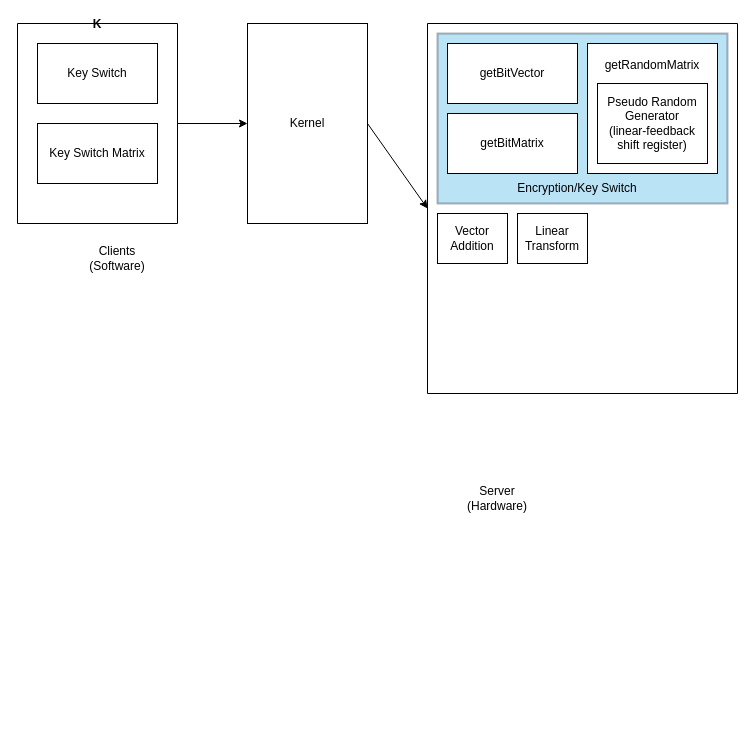
This is Design_Overview.drawio from helloworld1921/Fully_Homomorphic_Encryption_Accelerator, a draw.io file, before an edit. Source tidied: cells renumbered, new cells numbered last; positions are measured from the earlier drawing's top-left corner, leaving out a move shared by most shapes. Both pictures are drawn from the tidied source at 100%, with x=0, y=0 at pixel (17, 23).
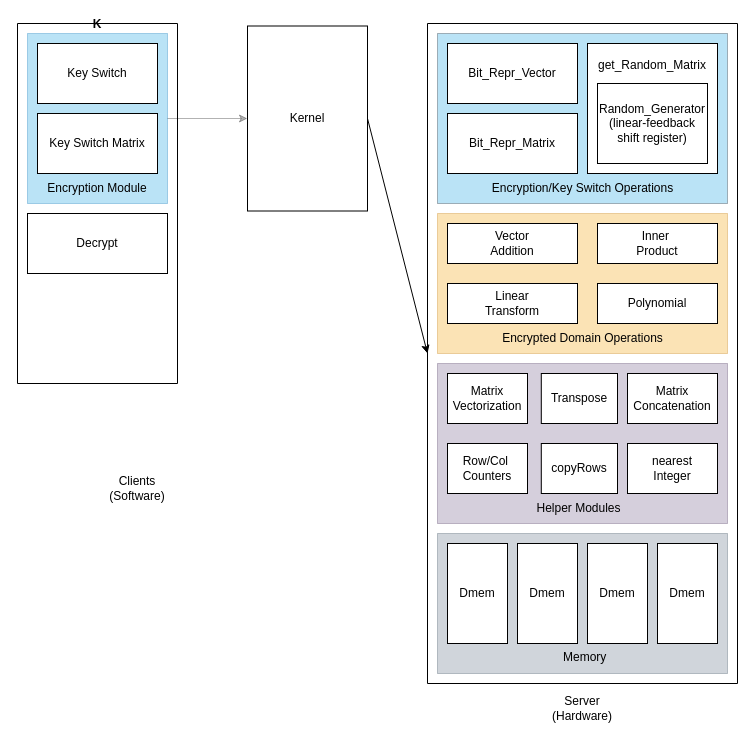
Above is the later version.

Commit message:
Complete Hardware Design

The edit, as a diff of the source:
```diff
@@
     <mxCell id="2" value="K" style="swimlane;startSize=0;" parent="1" vertex="1">
-      <mxGeometry width="160" height="200" as="geometry" />
+      <mxGeometry width="160" height="360" as="geometry" />
     </mxCell>
+    <mxCell id="19" style="rounded=0;whiteSpace=wrap;html=1;fillColor=#1ba1e2;fontColor=#ffffff;strokeColor=#006EAF;opacity=30;" parent="2" vertex="1">
+      <mxGeometry x="10" y="10" width="140" height="170" as="geometry" />
+    </mxCell>
@@
     <mxCell id="4" value="Key Switch Matrix" style="rounded=0;whiteSpace=wrap;html=1;" parent="2" vertex="1">
-      <mxGeometry x="20" y="100" width="120" height="60" as="geometry" />
+      <mxGeometry x="20" y="90" width="120" height="60" as="geometry" />
     </mxCell>
+    <mxCell id="20" value="Decrypt" style="rounded=0;whiteSpace=wrap;html=1;" parent="2" vertex="1">
+      <mxGeometry x="10" y="190" width="140" height="60" as="geometry" />
+    </mxCell>
+    <mxCell id="21" value="Encryption Module" style="text;html=1;strokeColor=none;fillColor=none;align=center;verticalAlign=middle;whiteSpace=wrap;rounded=0;opacity=30;" parent="2" vertex="1">
+      <mxGeometry x="25" y="150" width="110" height="30" as="geometry" />
+    </mxCell>
     <mxCell id="5" value="Clients&lt;br&gt;(Software)" style="text;html=1;strokeColor=none;fillColor=none;align=center;verticalAlign=middle;whiteSpace=wrap;rounded=0;" parent="1" vertex="1">
-      <mxGeometry x="70" y="220" width="60" height="30" as="geometry" />
+      <mxGeometry x="90" y="450" width="60" height="30" as="geometry" />
     </mxCell>
     <mxCell id="6" style="swimlane;startSize=0;" parent="1" vertex="1">
-      <mxGeometry x="410" width="310" height="370" as="geometry" />
+      <mxGeometry x="410" width="310" height="660" as="geometry" />
     </mxCell>
+    <mxCell id="22" style="rounded=0;whiteSpace=wrap;html=1;strokeWidth=1;opacity=30;fillColor=#647687;fontColor=#ffffff;strokeColor=#314354;" parent="6" vertex="1">
+      <mxGeometry x="10" y="510" width="290" height="140" as="geometry" />
+    </mxCell>
+    <mxCell id="23" style="rounded=0;whiteSpace=wrap;html=1;strokeWidth=1;opacity=30;fillColor=#f0a30a;fontColor=#000000;strokeColor=#BD7000;" parent="6" vertex="1">
+      <mxGeometry x="10" y="190" width="290" height="140" as="geometry" />
+    </mxCell>
-    <mxCell id="7" style="rounded=0;whiteSpace=wrap;html=1;opacity=30;fillColor=#1ba1e2;fontColor=#ffffff;strokeColor=#000D14;strokeWidth=2;" parent="6" vertex="1">
+    <mxCell id="7" style="rounded=0;whiteSpace=wrap;html=1;opacity=30;fillColor=#1ba1e2;fontColor=#ffffff;strokeColor=#000D14;strokeWidth=1;" parent="6" vertex="1">
       <mxGeometry x="10" y="10" width="290" height="170" as="geometry" />
     </mxCell>
-    <mxCell id="8" value="getBitVector" style="rounded=0;whiteSpace=wrap;html=1;" parent="6" vertex="1">
+    <mxCell id="8" value="Bit_Repr_Vector" style="rounded=0;whiteSpace=wrap;html=1;" parent="6" vertex="1">
       <mxGeometry x="20" y="20" width="130" height="60" as="geometry" />
     </mxCell>
-    <mxCell id="9" value="getBitMatrix" style="rounded=0;whiteSpace=wrap;html=1;" parent="6" vertex="1">
+    <mxCell id="9" value="Bit_Repr_Matrix" style="rounded=0;whiteSpace=wrap;html=1;" parent="6" vertex="1">
       <mxGeometry x="20" y="90" width="130" height="60" as="geometry" />
     </mxCell>
     <mxCell id="10" value="Vector&lt;br&gt;Addition" style="rounded=0;whiteSpace=wrap;html=1;" parent="6" vertex="1">
-      <mxGeometry x="10" y="190" width="70" height="50" as="geometry" />
+      <mxGeometry x="20" y="200" width="130" height="40" as="geometry" />
     </mxCell>
     <mxCell id="11" value="Linear&lt;br&gt;Transform" style="rounded=0;whiteSpace=wrap;html=1;" parent="6" vertex="1">
-      <mxGeometry x="90" y="190" width="70" height="50" as="geometry" />
+      <mxGeometry x="20" y="260" width="130" height="40" as="geometry" />
     </mxCell>
-    <mxCell id="12" value="Encryption/Key Switch" style="text;html=1;strokeColor=none;fillColor=none;align=center;verticalAlign=middle;whiteSpace=wrap;rounded=0;opacity=30;" parent="6" vertex="1">
-      <mxGeometry x="75" y="150" width="150" height="30" as="geometry" />
+    <mxCell id="12" value="Encryption/Key Switch Operations" style="text;html=1;strokeColor=none;fillColor=none;align=center;verticalAlign=middle;whiteSpace=wrap;rounded=0;opacity=30;" parent="6" vertex="1">
+      <mxGeometry x="62.5" y="150" width="185" height="30" as="geometry" />
     </mxCell>
-    <mxCell id="13" value="getRandomMatrix&lt;br&gt;&lt;br&gt;&lt;br&gt;&lt;br&gt;&lt;br&gt;&lt;br&gt;&lt;br&gt;" style="rounded=0;whiteSpace=wrap;html=1;strokeWidth=1;" parent="6" vertex="1">
+    <mxCell id="13" value="get_Random_Matrix&lt;br&gt;&lt;br&gt;&lt;br&gt;&lt;br&gt;&lt;br&gt;&lt;br&gt;&lt;br&gt;" style="rounded=0;whiteSpace=wrap;html=1;strokeWidth=1;" parent="6" vertex="1">
       <mxGeometry x="160" y="20" width="130" height="130" as="geometry" />
     </mxCell>
-    <mxCell id="14" value="Pseudo Random Generator &lt;br&gt;(linear-feedback shift register)" style="rounded=0;whiteSpace=wrap;html=1;strokeWidth=1;" parent="6" vertex="1">
+    <mxCell id="14" value="Random_Generator &lt;br&gt;(linear-feedback shift register)" style="rounded=0;whiteSpace=wrap;html=1;strokeWidth=1;" parent="6" vertex="1">
       <mxGeometry x="170" y="60" width="110" height="80" as="geometry" />
     </mxCell>
+    <mxCell id="24" value="Inner&amp;nbsp;&lt;br&gt;Product" style="rounded=0;whiteSpace=wrap;html=1;" parent="6" vertex="1">
+      <mxGeometry x="170" y="200" width="120" height="40" as="geometry" />
+    </mxCell>
+    <mxCell id="25" style="rounded=0;whiteSpace=wrap;html=1;strokeWidth=1;opacity=30;fillColor=#76608a;fontColor=#ffffff;strokeColor=#432D57;" parent="6" vertex="1">
+      <mxGeometry x="10" y="340" width="290" height="160" as="geometry" />
+    </mxCell>
+    <mxCell id="26" value="Encrypted Domain Operations" style="text;html=1;strokeColor=none;fillColor=none;align=center;verticalAlign=middle;whiteSpace=wrap;rounded=0;opacity=30;" parent="6" vertex="1">
+      <mxGeometry x="62.5" y="300" width="185" height="30" as="geometry" />
+    </mxCell>
+    <mxCell id="27" value="Helper Modules" style="text;html=1;strokeColor=none;fillColor=none;align=center;verticalAlign=middle;whiteSpace=wrap;rounded=0;opacity=30;" parent="6" vertex="1">
+      <mxGeometry x="59.4" y="470" width="185" height="30" as="geometry" />
+    </mxCell>
+    <mxCell id="28" value="Matrix&lt;br&gt;Vectorization" style="rounded=0;whiteSpace=wrap;html=1;" parent="6" vertex="1">
+      <mxGeometry x="20" y="350" width="80" height="50" as="geometry" />
+    </mxCell>
+    <mxCell id="29" value="Transpose" style="rounded=0;whiteSpace=wrap;html=1;" parent="6" vertex="1">
+      <mxGeometry x="113.8" y="350" width="76.2" height="50" as="geometry" />
+    </mxCell>
+    <mxCell id="30" value="Row/Col&amp;nbsp;&lt;br&gt;Counters" style="rounded=0;whiteSpace=wrap;html=1;" parent="6" vertex="1">
+      <mxGeometry x="20" y="420" width="80" height="50" as="geometry" />
+    </mxCell>
+    <mxCell id="31" value="nearest&lt;br&gt;Integer" style="rounded=0;whiteSpace=wrap;html=1;" parent="6" vertex="1">
+      <mxGeometry x="200" y="420" width="90" height="50" as="geometry" />
+    </mxCell>
+    <mxCell id="32" value="Matrix&lt;br&gt;Concatenation" style="rounded=0;whiteSpace=wrap;html=1;" parent="6" vertex="1">
+      <mxGeometry x="200" y="350" width="90" height="50" as="geometry" />
+    </mxCell>
+    <mxCell id="33" value="Polynomial" style="rounded=0;whiteSpace=wrap;html=1;" parent="6" vertex="1">
+      <mxGeometry x="170" y="260" width="120" height="40" as="geometry" />
+    </mxCell>
+    <mxCell id="34" value="Dmem" style="rounded=0;whiteSpace=wrap;html=1;" parent="6" vertex="1">
+      <mxGeometry x="230" y="520" width="60" height="100" as="geometry" />
+    </mxCell>
+    <mxCell id="35" value="Dmem" style="rounded=0;whiteSpace=wrap;html=1;" parent="6" vertex="1">
+      <mxGeometry x="160" y="520" width="60" height="100" as="geometry" />
+    </mxCell>
+    <mxCell id="36" value="Dmem" style="rounded=0;whiteSpace=wrap;html=1;" parent="6" vertex="1">
+      <mxGeometry x="90" y="520" width="60" height="100" as="geometry" />
+    </mxCell>
+    <mxCell id="37" value="Dmem" style="rounded=0;whiteSpace=wrap;html=1;" parent="6" vertex="1">
+      <mxGeometry x="20" y="520" width="60" height="100" as="geometry" />
+    </mxCell>
+    <mxCell id="38" value="copyRows" style="rounded=0;whiteSpace=wrap;html=1;" parent="6" vertex="1">
+      <mxGeometry x="113.8" y="420" width="76.2" height="50" as="geometry" />
+    </mxCell>
+    <mxCell id="39" value="&lt;div style=&quot;text-align: justify&quot;&gt;&lt;span style=&quot;font-family: &amp;#34;helvetica&amp;#34; ; text-align: center&quot;&gt;Memory&lt;/span&gt;&lt;/div&gt;" style="text;whiteSpace=wrap;html=1;" parent="6" vertex="1">
+      <mxGeometry x="134.4" y="620" width="110" height="30" as="geometry" />
+    </mxCell>
     <mxCell id="15" value="Server&lt;br&gt;(Hardware)" style="text;html=1;strokeColor=none;fillColor=none;align=center;verticalAlign=middle;whiteSpace=wrap;rounded=0;" parent="1" vertex="1">
-      <mxGeometry x="450" y="460" width="60" height="30" as="geometry" />
+      <mxGeometry x="535" y="670" width="60" height="30" as="geometry" />
     </mxCell>
     <mxCell id="16" value="Kernel" style="rounded=0;whiteSpace=wrap;html=1;" parent="1" vertex="1">
-      <mxGeometry x="230" width="120" height="200" as="geometry" />
+      <mxGeometry x="230" y="2.5" width="120" height="185" as="geometry" />
     </mxCell>
-    <mxCell id="17" style="endArrow=classic;html=1;rounded=0;exitX=1;exitY=0.5;exitDx=0;exitDy=0;entryX=0;entryY=0.5;entryDx=0;entryDy=0;" parent="1" edge="1" source="2" target="16">
-      <mxGeometry relative="1" as="geometry" />
-    </mxCell>
@@
+    <mxCell id="40" style="edgeStyle=orthogonalEdgeStyle;rounded=0;jettySize=auto;html=1;entryX=0;entryY=0.5;entryDx=0;entryDy=0;opacity=30;" parent="1" edge="1" source="19" target="16">
+      <mxGeometry relative="1" as="geometry" />
+    </mxCell>
```
